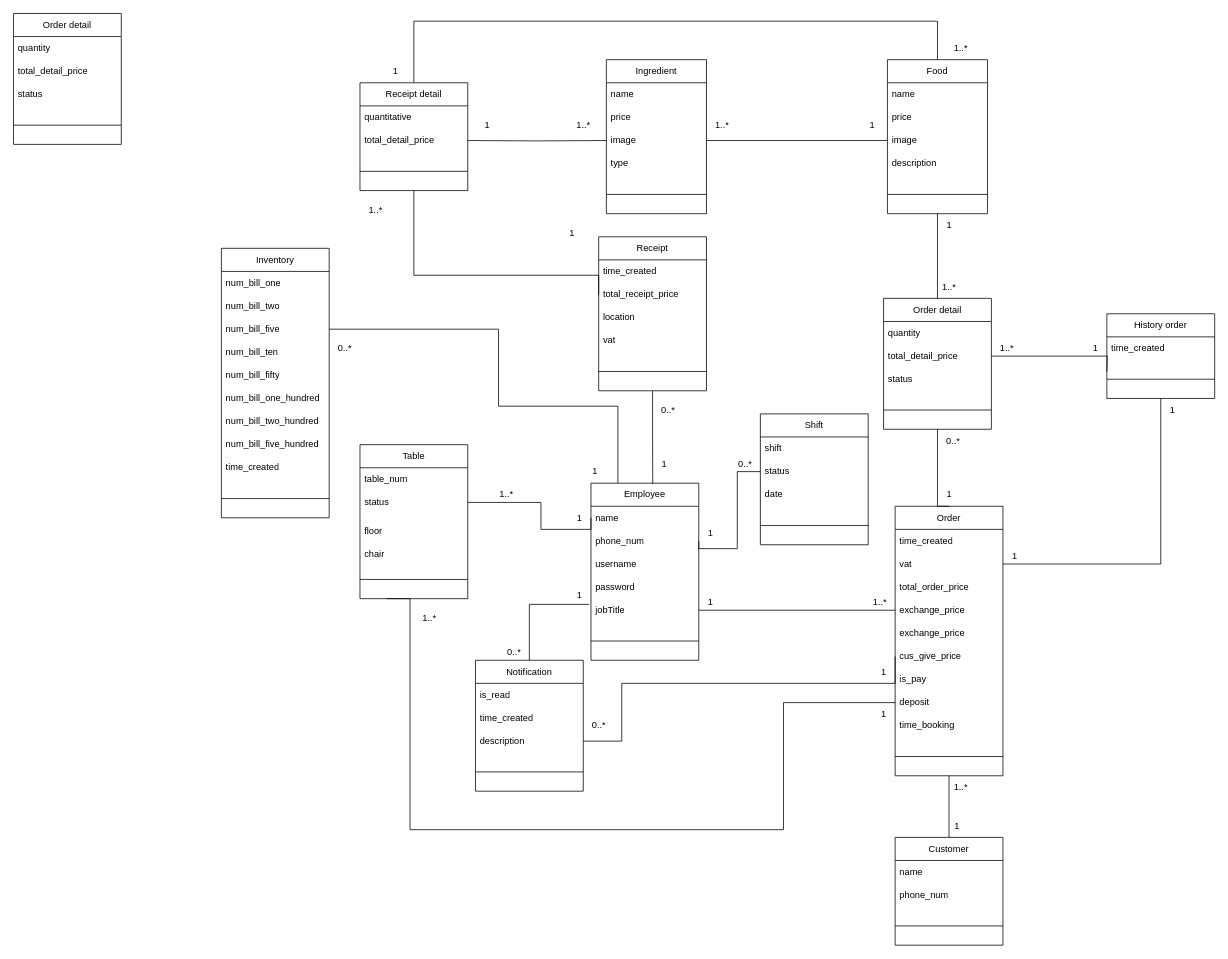
The draw.io diagram class-diagram.drawio in MaiNhatHoangY2001/HLFood, before the edit. Source tidied: cells renumbered, new cells numbered last; positions are measured from the earlier drawing's top-left corner, leaving out a move shared by most shapes. Both pictures are drawn from the tidied source at 77%, with x=0, y=0 at pixel (13, 13).
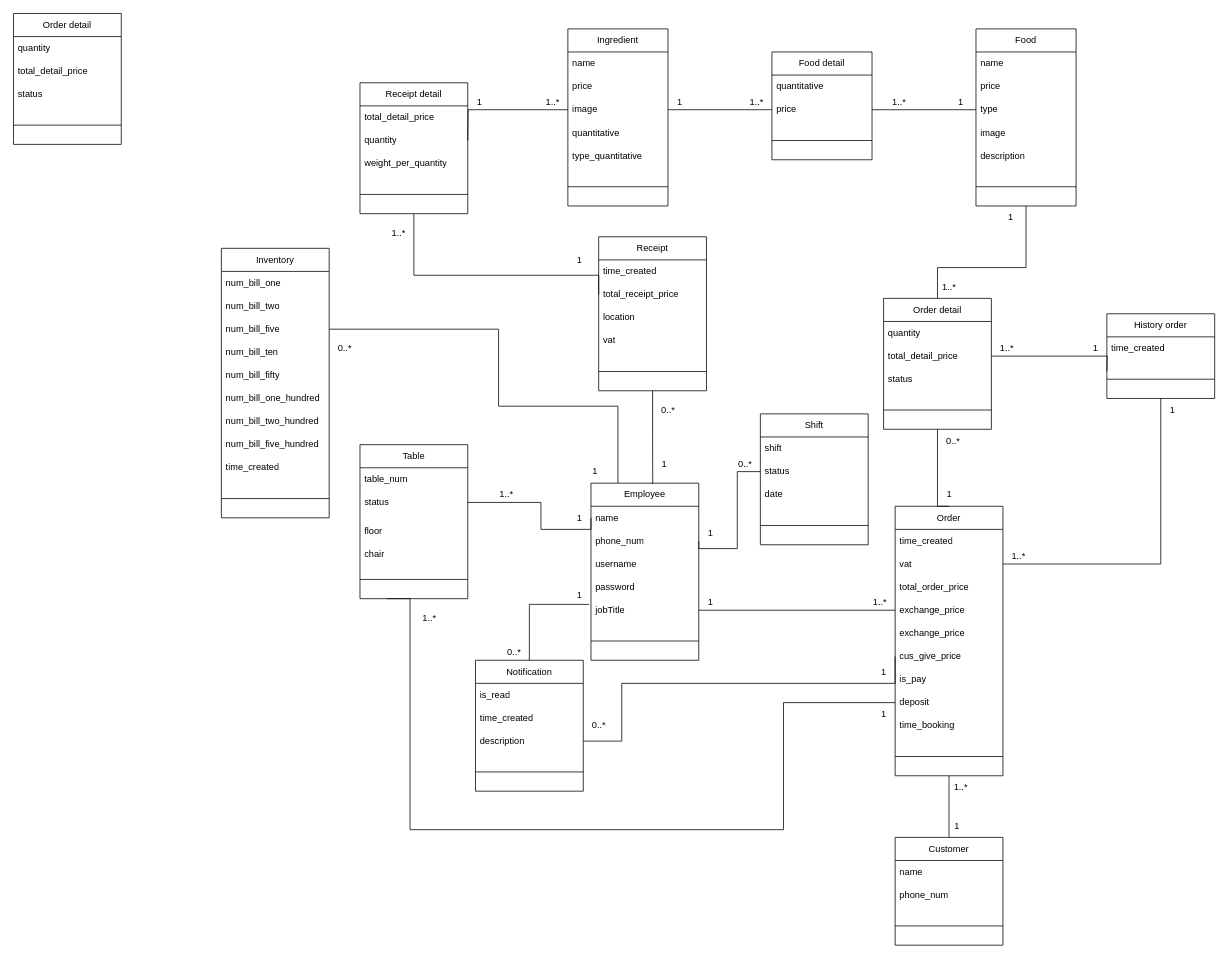
The same diagram, later.

The change refers to these unchanged cells:
```xml
<mxCell id="27" value="Order detail" style="swimlane;fontStyle=0;horizontal=1;startSize=30;whiteSpace=wrap;html=1;" parent="1" vertex="1">
  <mxGeometry x="1130" y="370" width="140" height="170" as="geometry" />
</mxCell>
<mxCell id="78" value="image" style="text;strokeColor=none;fillColor=none;align=left;verticalAlign=middle;spacingLeft=4;spacingRight=4;overflow=hidden;points=[[0,0.5],[1,0.5]];portConstraint=eastwest;whiteSpace=wrap;html=1;" parent="75" vertex="1">
  <mxGeometry y="90" width="130" height="30" as="geometry" />
</mxCell>
```

Diff of the diagram source:
```diff
@@
-    <mxCell id="9" style="edgeStyle=orthogonalEdgeStyle;rounded=0;jettySize=auto;html=1;exitX=0;exitY=0.5;exitDx=0;exitDy=0;entryX=1;entryY=0.5;entryDx=0;entryDy=0;endArrow=none;endFill=0;" parent="1" edge="1" source="13" target="78">
-      <mxGeometry relative="1" as="geometry" />
-    </mxCell>
     <mxCell id="10" value="Food" style="swimlane;fontStyle=0;horizontal=1;startSize=30;whiteSpace=wrap;html=1;" parent="1" vertex="1">
-      <mxGeometry x="1135" y="60" width="130" height="200" as="geometry" />
+      <mxGeometry x="1250" y="20" width="130" height="230" as="geometry" />
     </mxCell>
@@
+    <mxCell id="79" value="type" style="text;strokeColor=none;fillColor=none;align=left;verticalAlign=middle;spacingLeft=4;spacingRight=4;overflow=hidden;points=[[0,0.5],[1,0.5]];portConstraint=eastwest;whiteSpace=wrap;html=1;" parent="10" vertex="1">
+      <mxGeometry y="90" width="130" height="30" as="geometry" />
+    </mxCell>
     <mxCell id="13" value="image" style="text;strokeColor=none;fillColor=none;align=left;verticalAlign=middle;spacingLeft=4;spacingRight=4;overflow=hidden;points=[[0,0.5],[1,0.5]];portConstraint=eastwest;whiteSpace=wrap;html=1;" parent="10" vertex="1">
-      <mxGeometry y="90" width="130" height="30" as="geometry" />
+      <mxGeometry y="120" width="130" height="30" as="geometry" />
     </mxCell>
     <mxCell id="14" value="description" style="text;strokeColor=none;fillColor=none;align=left;verticalAlign=middle;spacingLeft=4;spacingRight=4;overflow=hidden;whiteSpace=wrap;html=1;" parent="10" vertex="1">
-      <mxGeometry y="120" width="130" height="30" as="geometry" />
+      <mxGeometry y="150" width="130" height="30" as="geometry" />
     </mxCell>
     <mxCell id="15" style="line;html=1;strokeWidth=1;align=left;verticalAlign=middle;spacingTop=-1;spacingLeft=3;spacingRight=3;labelPosition=right;" parent="10" vertex="1">
-      <mxGeometry y="150" width="130" height="50" as="geometry" />
+      <mxGeometry y="180" width="130" height="50" as="geometry" />
     </mxCell>
@@
     <mxCell id="32" style="edgeStyle=orthogonalEdgeStyle;rounded=0;jettySize=auto;html=1;entryX=0.5;entryY=0;entryDx=0;entryDy=0;endArrow=none;endFill=0;exitX=0.5;exitY=1;exitDx=0;exitDy=0;" parent="1" edge="1" source="10" target="27">
       <mxGeometry relative="1" as="geometry">
         <Array as="points">
-          <mxPoint x="1200" y="310" />
-          <mxPoint x="1200" y="310" />
+          <mxPoint x="1315" y="330" />
+          <mxPoint x="1200" y="330" />
         </Array>
       </mxGeometry>
     </mxCell>
@@
     <mxCell id="39" value="1" style="text;html=1;align=center;verticalAlign=middle;strokeColor=none;fillColor=none;" parent="1" vertex="1">
-      <mxGeometry x="1100" y="130" width="30" height="30" as="geometry" />
+      <mxGeometry x="850" y="100" width="30" height="30" as="geometry" />
     </mxCell>
@@
     <mxCell id="75" value="Ingredient" style="swimlane;fontStyle=0;horizontal=1;startSize=30;whiteSpace=wrap;html=1;" parent="1" vertex="1">
-      <mxGeometry x="770" y="60" width="130" height="200" as="geometry" />
+      <mxGeometry x="720" y="20" width="130" height="230" as="geometry" />
     </mxCell>
@@
-    <mxCell id="79" value="type" style="text;strokeColor=none;fillColor=none;align=left;verticalAlign=middle;spacingLeft=4;spacingRight=4;overflow=hidden;points=[[0,0.5],[1,0.5]];portConstraint=eastwest;whiteSpace=wrap;html=1;" parent="75" vertex="1">
-      <mxGeometry y="120" width="130" height="30" as="geometry" />
-    </mxCell>
+    <mxCell id="90" value="quantitative" style="text;strokeColor=none;fillColor=none;align=left;verticalAlign=middle;spacingLeft=4;spacingRight=4;overflow=hidden;whiteSpace=wrap;html=1;" parent="75" vertex="1">
+      <mxGeometry y="120" width="130" height="30" as="geometry" />
+    </mxCell>
+    <mxCell id="137" value="type_quantitative" style="text;strokeColor=none;fillColor=none;align=left;verticalAlign=middle;spacingLeft=4;spacingRight=4;overflow=hidden;whiteSpace=wrap;html=1;" parent="75" vertex="1">
+      <mxGeometry y="150" width="130" height="30" as="geometry" />
+    </mxCell>
     <mxCell id="80" style="line;html=1;strokeWidth=1;align=left;verticalAlign=middle;spacingTop=-1;spacingLeft=3;spacingRight=3;labelPosition=right;" parent="75" vertex="1">
-      <mxGeometry y="150" width="130" height="50" as="geometry" />
+      <mxGeometry y="180" width="130" height="50" as="geometry" />
     </mxCell>
@@
     <mxCell id="86" value="1..*" style="text;html=1;align=center;verticalAlign=middle;strokeColor=none;fillColor=none;" parent="1" vertex="1">
-      <mxGeometry x="900" y="130" width="40" height="30" as="geometry" />
+      <mxGeometry x="945" y="100" width="40" height="30" as="geometry" />
     </mxCell>
     <mxCell id="87" value="1" style="text;html=1;align=center;verticalAlign=middle;strokeColor=none;fillColor=none;" parent="1" vertex="1">
-      <mxGeometry x="1200" y="260" width="30" height="30" as="geometry" />
+      <mxGeometry x="1280" y="250" width="30" height="30" as="geometry" />
     </mxCell>
-    <mxCell id="88" style="edgeStyle=orthogonalEdgeStyle;rounded=0;jettySize=auto;html=1;exitX=0.5;exitY=0;exitDx=0;exitDy=0;entryX=0.5;entryY=0;entryDx=0;entryDy=0;endArrow=none;endFill=0;" parent="1" edge="1" source="89" target="10">
-      <mxGeometry relative="1" as="geometry">
-        <Array as="points">
-          <mxPoint x="520" y="10" />
-          <mxPoint x="1200" y="10" />
-        </Array>
-      </mxGeometry>
-    </mxCell>
     <mxCell id="89" value="Receipt&amp;nbsp;detail" style="swimlane;fontStyle=0;horizontal=1;startSize=30;whiteSpace=wrap;html=1;" parent="1" vertex="1">
-      <mxGeometry x="450" y="90" width="140" height="140" as="geometry" />
+      <mxGeometry x="450" y="90" width="140" height="170" as="geometry" />
     </mxCell>
-    <mxCell id="90" value="quantitative" style="text;strokeColor=none;fillColor=none;align=left;verticalAlign=middle;spacingLeft=4;spacingRight=4;overflow=hidden;whiteSpace=wrap;html=1;" parent="89" vertex="1">
-      <mxGeometry y="30" width="140" height="30" as="geometry" />
-    </mxCell>
     <mxCell id="91" value="total_detail_price" style="text;strokeColor=none;fillColor=none;align=left;verticalAlign=middle;spacingLeft=4;spacingRight=4;overflow=hidden;whiteSpace=wrap;html=1;" parent="89" vertex="1">
-      <mxGeometry y="60" width="140" height="30" as="geometry" />
+      <mxGeometry y="30" width="140" height="30" as="geometry" />
     </mxCell>
+    <mxCell id="138" value="quantity" style="text;strokeColor=none;fillColor=none;align=left;verticalAlign=middle;spacingLeft=4;spacingRight=4;overflow=hidden;whiteSpace=wrap;html=1;" parent="89" vertex="1">
+      <mxGeometry y="60" width="140" height="30" as="geometry" />
+    </mxCell>
+    <mxCell id="139" value="weight_per_quantity" style="text;strokeColor=none;fillColor=none;align=left;verticalAlign=middle;spacingLeft=4;spacingRight=4;overflow=hidden;whiteSpace=wrap;html=1;" parent="89" vertex="1">
+      <mxGeometry y="90" width="140" height="30" as="geometry" />
+    </mxCell>
     <mxCell id="92" style="line;html=1;strokeWidth=1;align=left;verticalAlign=middle;spacingTop=-1;spacingLeft=3;spacingRight=3;labelPosition=right;" parent="89" vertex="1">
-      <mxGeometry y="90" width="140" height="50" as="geometry" />
+      <mxGeometry y="120" width="140" height="50" as="geometry" />
     </mxCell>
@@
     <mxCell id="95" value="1" style="text;html=1;align=center;verticalAlign=middle;strokeColor=none;fillColor=none;" parent="1" vertex="1">
-      <mxGeometry x="600" y="130" width="30" height="30" as="geometry" />
+      <mxGeometry x="590" y="100" width="30" height="30" as="geometry" />
     </mxCell>
     <mxCell id="96" value="1..*" style="text;html=1;align=center;verticalAlign=middle;strokeColor=none;fillColor=none;" parent="1" vertex="1">
-      <mxGeometry x="720" y="130" width="40" height="30" as="geometry" />
+      <mxGeometry x="680" y="100" width="40" height="30" as="geometry" />
     </mxCell>
-    <mxCell id="97" value="1..*" style="text;html=1;align=center;verticalAlign=middle;strokeColor=none;fillColor=none;" parent="1" vertex="1">
-      <mxGeometry x="1210" y="30" width="40" height="30" as="geometry" />
-    </mxCell>
-    <mxCell id="98" value="1" style="text;html=1;align=center;verticalAlign=middle;strokeColor=none;fillColor=none;" parent="1" vertex="1">
-      <mxGeometry x="481" y="60" width="30" height="30" as="geometry" />
-    </mxCell>
     <mxCell id="99" value="1" style="text;html=1;align=center;verticalAlign=middle;strokeColor=none;fillColor=none;" parent="1" vertex="1">
-      <mxGeometry x="710" y="270" width="30" height="30" as="geometry" />
+      <mxGeometry x="720" y="305" width="30" height="30" as="geometry" />
     </mxCell>
     <mxCell id="100" value="1..*" style="text;html=1;align=center;verticalAlign=middle;strokeColor=none;fillColor=none;" parent="1" vertex="1">
-      <mxGeometry x="450" y="240" width="40" height="30" as="geometry" />
+      <mxGeometry x="480" y="270" width="40" height="30" as="geometry" />
     </mxCell>
@@
-    <mxCell id="110" value="1" style="text;html=1;align=center;verticalAlign=middle;strokeColor=none;fillColor=none;" parent="1" vertex="1">
-      <mxGeometry x="1285" y="690" width="30" height="30" as="geometry" />
-    </mxCell>
@@
+    <mxCell id="140" value="1..*" style="text;html=1;align=center;verticalAlign=middle;strokeColor=none;fillColor=none;" parent="1" vertex="1">
+      <mxGeometry x="1285" y="690" width="40" height="30" as="geometry" />
+    </mxCell>
+    <mxCell id="141" value="Food detail" style="swimlane;fontStyle=0;horizontal=1;startSize=30;whiteSpace=wrap;html=1;" parent="1" vertex="1">
+      <mxGeometry x="985" y="50" width="130" height="140" as="geometry" />
+    </mxCell>
+    <mxCell id="142" value="quantitative" style="text;strokeColor=none;fillColor=none;align=left;verticalAlign=middle;spacingLeft=4;spacingRight=4;overflow=hidden;whiteSpace=wrap;html=1;" parent="141" vertex="1">
+      <mxGeometry y="30" width="130" height="30" as="geometry" />
+    </mxCell>
+    <mxCell id="143" value="price" style="text;strokeColor=none;fillColor=none;align=left;verticalAlign=middle;spacingLeft=4;spacingRight=4;overflow=hidden;points=[[0,0.5],[1,0.5]];portConstraint=eastwest;whiteSpace=wrap;html=1;" parent="141" vertex="1">
+      <mxGeometry y="60" width="130" height="30" as="geometry" />
+    </mxCell>
+    <mxCell id="144" style="line;html=1;strokeWidth=1;align=left;verticalAlign=middle;spacingTop=-1;spacingLeft=3;spacingRight=3;labelPosition=right;" parent="141" vertex="1">
+      <mxGeometry y="90" width="130" height="50" as="geometry" />
+    </mxCell>
+    <mxCell id="145" style="edgeStyle=orthogonalEdgeStyle;rounded=0;jettySize=auto;html=1;exitX=0;exitY=0.5;exitDx=0;exitDy=0;entryX=1;entryY=0.5;entryDx=0;entryDy=0;endArrow=none;endFill=0;" parent="1" edge="1" source="143" target="78">
+      <mxGeometry relative="1" as="geometry" />
+    </mxCell>
+    <mxCell id="146" style="edgeStyle=orthogonalEdgeStyle;rounded=0;jettySize=auto;html=1;exitX=1;exitY=0.5;exitDx=0;exitDy=0;entryX=0;entryY=0.5;entryDx=0;entryDy=0;endArrow=none;endFill=0;" parent="1" edge="1" source="143" target="79">
+      <mxGeometry relative="1" as="geometry" />
+    </mxCell>
+    <mxCell id="147" value="1" style="text;html=1;align=center;verticalAlign=middle;strokeColor=none;fillColor=none;" parent="1" vertex="1">
+      <mxGeometry x="1215" y="100" width="30" height="30" as="geometry" />
+    </mxCell>
+    <mxCell id="148" value="1..*" style="text;html=1;align=center;verticalAlign=middle;strokeColor=none;fillColor=none;" parent="1" vertex="1">
+      <mxGeometry x="1130" y="100" width="40" height="30" as="geometry" />
+    </mxCell>
```
